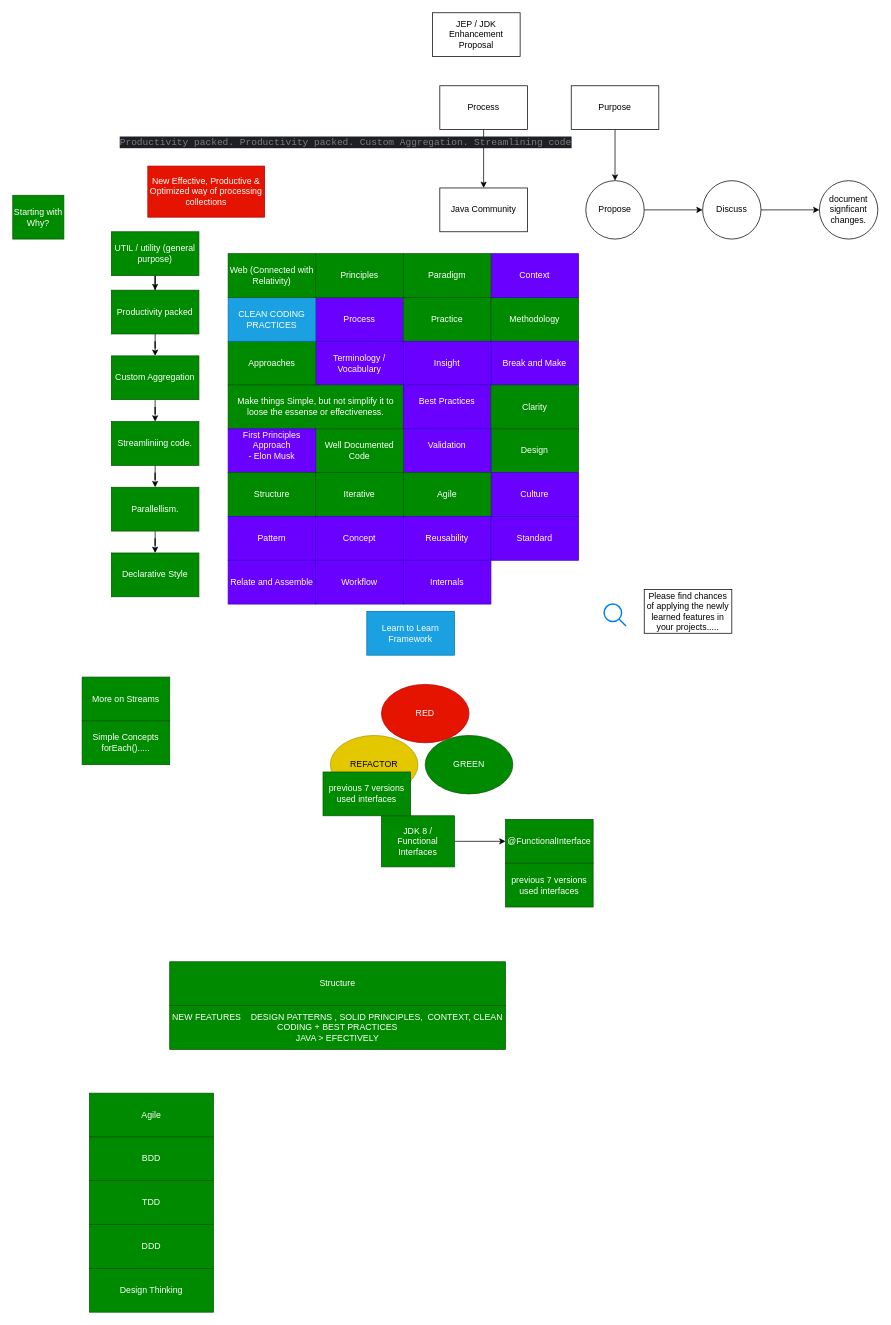
THRGLO02MAY2025GIT-HUB/THRGLO02MAY2025GIT-REPO keeps this draw.io diagram as page "Terminology & Methodology" (3 of 16) of Diagrams/New Features Java.drawio. Above is the earlier version. Source tidied: cells renumbered, new cells numbered last; positions are measured from the earlier drawing's top-left corner, leaving out a move shared by most shapes. Both pictures are drawn from the tidied source at 73%, with x=0, y=0 at pixel (12, 12).
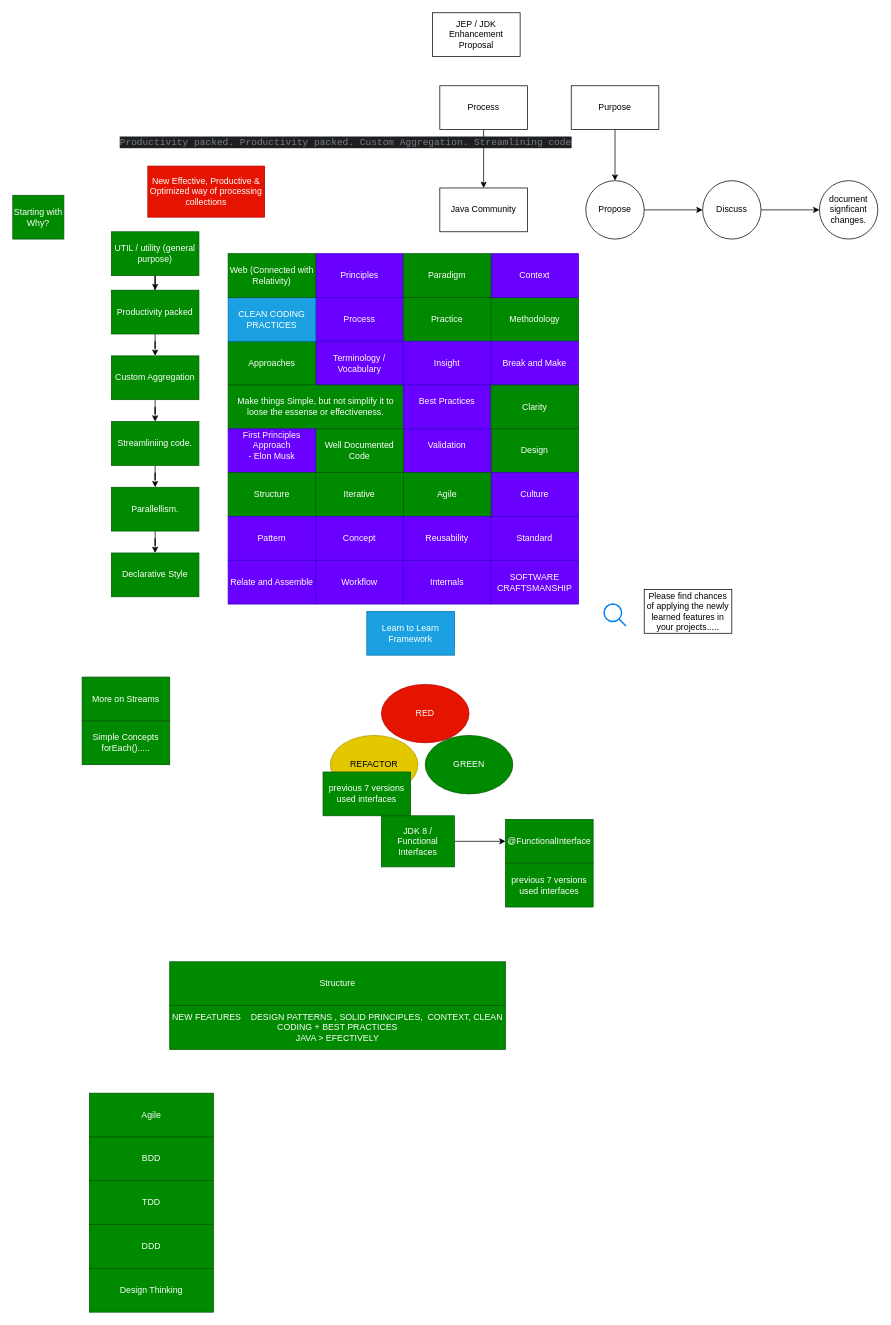
The same page after the edit.

The edit, as a diff of the source:
```diff
@@
-    <mxCell id="19" value="Principles" style="rounded=0;whiteSpace=wrap;html=1;fillColor=#008a00;fontColor=#ffffff;strokeColor=#005700;" parent="1" vertex="1">
+    <mxCell id="19" value="Principles" style="rounded=0;whiteSpace=wrap;html=1;fillColor=#6a00ff;fontColor=#ffffff;strokeColor=#3700CC;" parent="1" vertex="1">
       <mxGeometry x="415" y="330" width="120" height="60" as="geometry" />
     </mxCell>
@@
+    <mxCell id="77" value="SOFTWARE CRAFTSMANSHIP" style="rounded=0;whiteSpace=wrap;html=1;fillColor=#6a00ff;fontColor=#ffffff;strokeColor=#3700CC;" parent="1" vertex="1">
+      <mxGeometry x="655" y="750" width="120" height="60" as="geometry" />
+    </mxCell>
```
